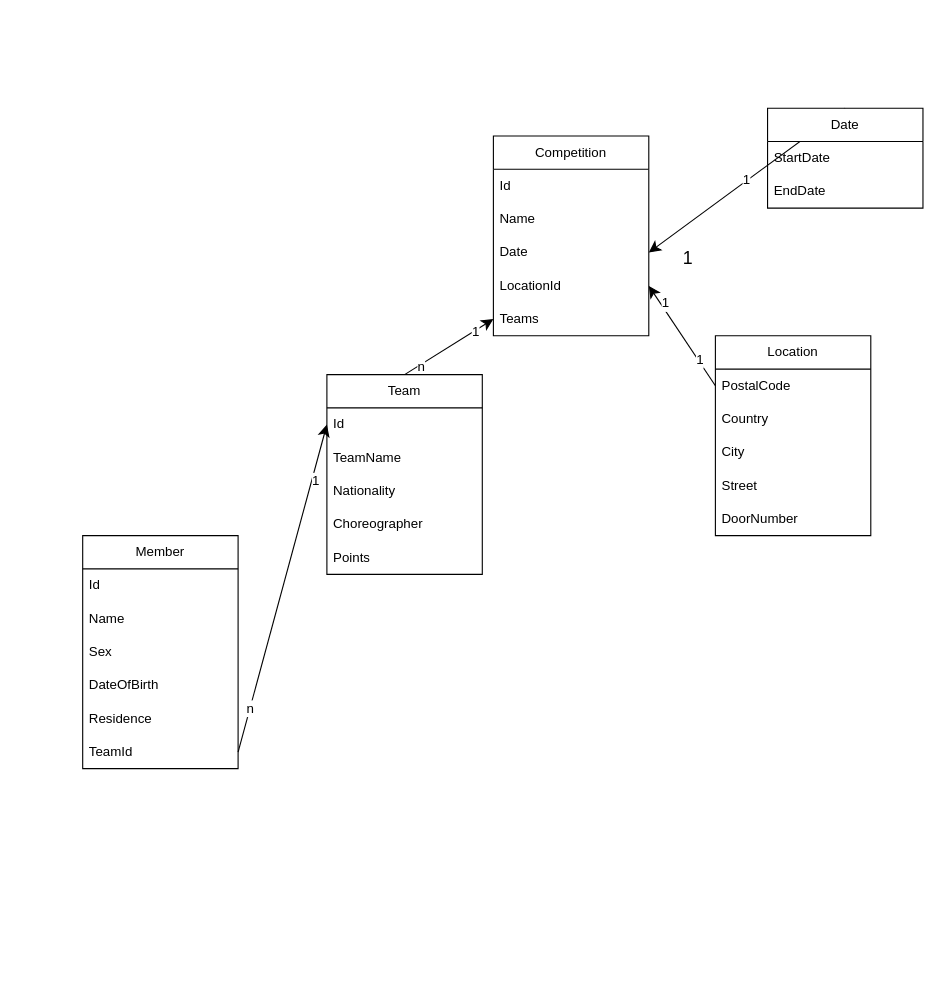
The draw.io diagram Tanc.drawio in zalulw/projctc-, before the edit. Source tidied: cells renumbered, new cells numbered last; positions are measured from the earlier drawing's top-left corner, leaving out a move shared by most shapes. Both pictures are drawn from the tidied source at 111%, with x=0, y=0 at pixel (82, 108).
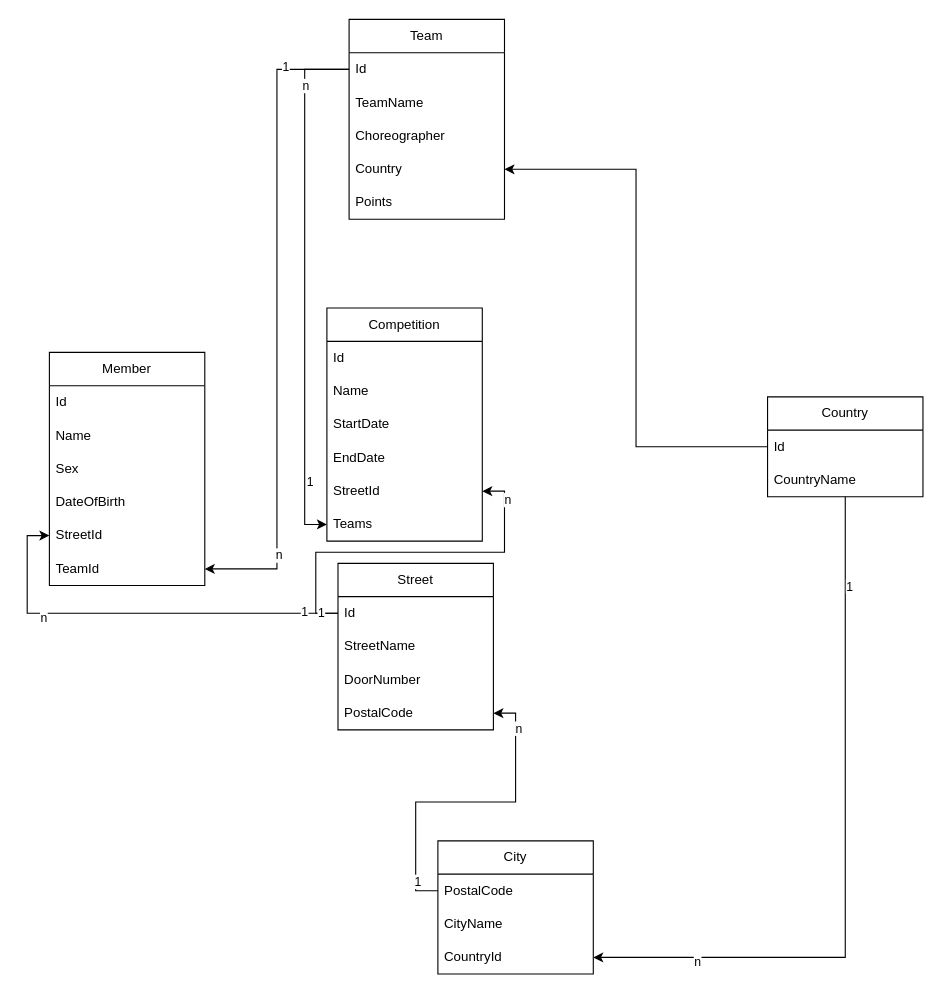
After the change.

The change refers to these unchanged cells:
```xml
<mxCell id="16" value="Id" style="text;strokeColor=none;fillColor=none;align=left;verticalAlign=middle;spacingLeft=4;spacingRight=4;overflow=hidden;points=[[0,0.5],[1,0.5]];portConstraint=eastwest;whiteSpace=wrap;html=1;" parent="15" vertex="1">
  <mxGeometry y="30" width="140" height="30" as="geometry" />
</mxCell>
<mxCell id="27" value="TeamId" style="text;strokeColor=none;fillColor=none;align=left;verticalAlign=middle;spacingLeft=4;spacingRight=4;overflow=hidden;points=[[0,0.5],[1,0.5]];portConstraint=eastwest;whiteSpace=wrap;html=1;" parent="21" vertex="1">
  <mxGeometry y="180" width="140" height="30" as="geometry" />
</mxCell>
```

Change to the diagram source:
```diff
@@
-    <mxCell id="2" value="Location" style="swimlane;fontStyle=0;horizontal=1;startSize=30;whiteSpace=wrap;html=1;" parent="1" vertex="1">
-      <mxGeometry x="570" y="205" width="140" height="180" as="geometry" />
-    </mxCell>
-    <mxCell id="3" value="PostalCode" style="text;strokeColor=none;fillColor=none;align=left;verticalAlign=middle;spacingLeft=4;spacingRight=4;overflow=hidden;points=[[0,0.5],[1,0.5]];portConstraint=eastwest;whiteSpace=wrap;html=1;" parent="2" vertex="1">
-      <mxGeometry y="30" width="140" height="30" as="geometry" />
-    </mxCell>
-    <mxCell id="4" value="Country" style="text;strokeColor=none;fillColor=none;align=left;verticalAlign=middle;spacingLeft=4;spacingRight=4;overflow=hidden;points=[[0,0.5],[1,0.5]];portConstraint=eastwest;whiteSpace=wrap;html=1;" parent="2" vertex="1">
-      <mxGeometry y="60" width="140" height="30" as="geometry" />
-    </mxCell>
-    <mxCell id="5" value="City" style="text;strokeColor=none;fillColor=none;align=left;verticalAlign=middle;spacingLeft=4;spacingRight=4;overflow=hidden;whiteSpace=wrap;html=1;" parent="2" vertex="1">
-      <mxGeometry y="90" width="140" height="30" as="geometry" />
-    </mxCell>
-    <mxCell id="6" value="Street" style="text;strokeColor=none;fillColor=none;align=left;verticalAlign=middle;spacingLeft=4;spacingRight=4;overflow=hidden;whiteSpace=wrap;html=1;" parent="2" vertex="1">
-      <mxGeometry y="120" width="140" height="30" as="geometry" />
-    </mxCell>
-    <mxCell id="7" value="DoorNumber" style="text;strokeColor=none;fillColor=none;align=left;verticalAlign=middle;spacingLeft=4;spacingRight=4;overflow=hidden;whiteSpace=wrap;html=1;" parent="2" vertex="1">
-      <mxGeometry y="150" width="140" height="30" as="geometry" />
-    </mxCell>
-    <mxCell id="8" value="1" style="edgeStyle=none;curved=1;rounded=0;jettySize=auto;html=1;entryX=1;entryY=0.5;entryDx=0;entryDy=0;fontSize=12;startSize=8;endSize=8;exitX=0.5;exitY=0;exitDx=0;exitDy=0;" parent="1" edge="1" source="9" target="31">
-      <mxGeometry relative="1" as="geometry" />
-    </mxCell>
-    <mxCell id="9" value="Date" style="swimlane;fontStyle=0;horizontal=1;startSize=30;whiteSpace=wrap;html=1;" parent="1" vertex="1">
-      <mxGeometry x="617" width="140" height="90" as="geometry" />
-    </mxCell>
-    <mxCell id="10" value="StartDate" style="text;strokeColor=none;fillColor=none;align=left;verticalAlign=middle;spacingLeft=4;spacingRight=4;overflow=hidden;whiteSpace=wrap;html=1;" parent="9" vertex="1">
-      <mxGeometry y="30" width="140" height="30" as="geometry" />
-    </mxCell>
-    <mxCell id="11" value="EndDate" style="text;strokeColor=none;fillColor=none;align=left;verticalAlign=middle;spacingLeft=4;spacingRight=4;overflow=hidden;whiteSpace=wrap;html=1;" parent="9" vertex="1">
-      <mxGeometry y="60" width="140" height="30" as="geometry" />
-    </mxCell>
-    <mxCell id="12" style="edgeStyle=none;curved=1;rounded=0;jettySize=auto;html=1;exitX=0.5;exitY=0;exitDx=0;exitDy=0;entryX=0;entryY=0.5;entryDx=0;entryDy=0;fontSize=12;startSize=8;endSize=8;" parent="1" edge="1" source="15" target="33">
-      <mxGeometry relative="1" as="geometry" />
-    </mxCell>
-    <mxCell id="13" value="1" style="edgeLabel;html=1;align=center;verticalAlign=middle;fontSize=12;" parent="12" vertex="1">
-      <mxGeometry x="0.56" y="-1" relative="1" as="geometry" />
-    </mxCell>
-    <mxCell id="14" value="n" style="edgeLabel;html=1;align=center;verticalAlign=middle;fontSize=12;" parent="12" vertex="1">
-      <mxGeometry x="-0.63" y="-2" relative="1" as="geometry">
-        <mxPoint x="-1" as="offset" />
-      </mxGeometry>
-    </mxCell>
     <mxCell id="15" value="Team" style="swimlane;fontStyle=0;horizontal=1;startSize=30;whiteSpace=wrap;html=1;" parent="1" vertex="1">
-      <mxGeometry x="220" y="240" width="140" height="180" as="geometry" />
+      <mxGeometry x="240" y="-80" width="140" height="180" as="geometry" />
     </mxCell>
@@
-    <mxCell id="18" value="Nationality" style="text;strokeColor=none;fillColor=none;align=left;verticalAlign=middle;spacingLeft=4;spacingRight=4;overflow=hidden;whiteSpace=wrap;html=1;" parent="15" vertex="1">
-      <mxGeometry y="90" width="140" height="30" as="geometry" />
-    </mxCell>
     <mxCell id="19" value="Choreographer" style="text;strokeColor=none;fillColor=none;align=left;verticalAlign=middle;spacingLeft=4;spacingRight=4;overflow=hidden;whiteSpace=wrap;html=1;" parent="15" vertex="1">
-      <mxGeometry y="120" width="140" height="30" as="geometry" />
+      <mxGeometry y="90" width="140" height="30" as="geometry" />
     </mxCell>
+    <mxCell id="4" value="Country" style="text;strokeColor=none;fillColor=none;align=left;verticalAlign=middle;spacingLeft=4;spacingRight=4;overflow=hidden;points=[[0,0.5],[1,0.5]];portConstraint=eastwest;whiteSpace=wrap;html=1;" parent="15" vertex="1">
+      <mxGeometry y="120" width="140" height="30" as="geometry" />
+    </mxCell>
@@
     <mxCell id="21" value="Member" style="swimlane;fontStyle=0;horizontal=1;startSize=30;whiteSpace=wrap;html=1;" parent="1" vertex="1">
-      <mxGeometry y="385" width="140" height="210" as="geometry" />
+      <mxGeometry x="-30" y="220" width="140" height="210" as="geometry" />
     </mxCell>
@@
-    <mxCell id="26" value="Residence" style="text;strokeColor=none;fillColor=none;align=left;verticalAlign=middle;spacingLeft=4;spacingRight=4;overflow=hidden;points=[[0,0.5],[1,0.5]];portConstraint=eastwest;whiteSpace=wrap;html=1;" parent="21" vertex="1">
+    <mxCell id="26" value="StreetId" style="text;strokeColor=none;fillColor=none;align=left;verticalAlign=middle;spacingLeft=4;spacingRight=4;overflow=hidden;points=[[0,0.5],[1,0.5]];portConstraint=eastwest;whiteSpace=wrap;html=1;" parent="21" vertex="1">
       <mxGeometry y="150" width="140" height="30" as="geometry" />
     </mxCell>
@@
     <mxCell id="28" value="Competition" style="swimlane;fontStyle=0;horizontal=1;startSize=30;whiteSpace=wrap;html=1;" parent="1" vertex="1">
-      <mxGeometry x="370" y="25" width="140" height="180" as="geometry" />
+      <mxGeometry x="220" y="180" width="140" height="210" as="geometry" />
     </mxCell>
@@
-    <mxCell id="31" value="Date" style="text;strokeColor=none;fillColor=none;align=left;verticalAlign=middle;spacingLeft=4;spacingRight=4;overflow=hidden;points=[[0,0.5],[1,0.5]];portConstraint=eastwest;whiteSpace=wrap;html=1;" parent="28" vertex="1">
-      <mxGeometry y="90" width="140" height="30" as="geometry" />
-    </mxCell>
+    <mxCell id="10" value="StartDate" style="text;strokeColor=none;fillColor=none;align=left;verticalAlign=middle;spacingLeft=4;spacingRight=4;overflow=hidden;whiteSpace=wrap;html=1;" parent="28" vertex="1">
+      <mxGeometry y="90" width="140" height="30" as="geometry" />
+    </mxCell>
+    <mxCell id="11" value="EndDate" style="text;strokeColor=none;fillColor=none;align=left;verticalAlign=middle;spacingLeft=4;spacingRight=4;overflow=hidden;whiteSpace=wrap;html=1;" parent="28" vertex="1">
+      <mxGeometry y="120" width="140" height="30" as="geometry" />
+    </mxCell>
-    <mxCell id="32" value="LocationId" style="text;strokeColor=none;fillColor=none;align=left;verticalAlign=middle;spacingLeft=4;spacingRight=4;overflow=hidden;points=[[0,0.5],[1,0.5]];portConstraint=eastwest;whiteSpace=wrap;html=1;" parent="28" vertex="1">
-      <mxGeometry y="120" width="140" height="30" as="geometry" />
+    <mxCell id="32" value="StreetId" style="text;strokeColor=none;fillColor=none;align=left;verticalAlign=middle;spacingLeft=4;spacingRight=4;overflow=hidden;points=[[0,0.5],[1,0.5]];portConstraint=eastwest;whiteSpace=wrap;html=1;" parent="28" vertex="1">
+      <mxGeometry y="150" width="140" height="30" as="geometry" />
     </mxCell>
     <mxCell id="33" value="Teams" style="text;strokeColor=none;fillColor=none;align=left;verticalAlign=middle;spacingLeft=4;spacingRight=4;overflow=hidden;points=[[0,0.5],[1,0.5]];portConstraint=eastwest;whiteSpace=wrap;html=1;" parent="28" vertex="1">
-      <mxGeometry y="150" width="140" height="30" as="geometry" />
+      <mxGeometry y="180" width="140" height="30" as="geometry" />
     </mxCell>
-    <mxCell id="34" style="edgeStyle=none;curved=1;rounded=0;jettySize=auto;html=1;exitX=1;exitY=0.5;exitDx=0;exitDy=0;entryX=0;entryY=0.5;entryDx=0;entryDy=0;fontSize=12;startSize=8;endSize=8;" parent="1" edge="1" source="27" target="16">
-      <mxGeometry relative="1" as="geometry" />
-    </mxCell>
-    <mxCell id="35" value="1" style="edgeLabel;html=1;align=center;verticalAlign=middle;fontSize=12;" parent="34" vertex="1">
-      <mxGeometry x="0.66" y="-3" relative="1" as="geometry" />
-    </mxCell>
-    <mxCell id="36" value="n" style="edgeLabel;html=1;align=center;verticalAlign=middle;fontSize=12;" parent="34" vertex="1">
-      <mxGeometry x="-0.73" relative="1" as="geometry" />
-    </mxCell>
-    <mxCell id="37" style="edgeStyle=none;curved=1;rounded=0;jettySize=auto;html=1;exitX=0;exitY=0.5;exitDx=0;exitDy=0;entryX=1;entryY=0.5;entryDx=0;entryDy=0;fontSize=12;startSize=8;endSize=8;" parent="1" edge="1" source="3" target="32">
-      <mxGeometry relative="1" as="geometry" />
-    </mxCell>
-    <mxCell id="38" value="1" style="edgeLabel;html=1;align=center;verticalAlign=middle;fontSize=12;" parent="37" vertex="1">
-      <mxGeometry x="0.6" y="-3" relative="1" as="geometry" />
-    </mxCell>
-    <mxCell id="39" value="1" style="edgeLabel;html=1;align=center;verticalAlign=middle;fontSize=12;" parent="37" vertex="1">
-      <mxGeometry x="-0.48" y="-1" relative="1" as="geometry" />
-    </mxCell>
-    <mxCell id="40" value="1" style="text;html=1;align=center;verticalAlign=middle;strokeColor=none;fillColor=none;fontSize=16;" parent="1" vertex="1">
-      <mxGeometry x="530" y="120" width="30" height="30" as="geometry" />
-    </mxCell>
+    <mxCell id="41" style="edgeStyle=orthogonalEdgeStyle;rounded=0;jettySize=auto;html=1;" parent="1" edge="1" source="44" target="48">
+      <mxGeometry relative="1" as="geometry" />
+    </mxCell>
+    <mxCell id="42" value="n" style="edgeLabel;html=1;align=center;verticalAlign=middle;" parent="41" vertex="1">
+      <mxGeometry x="0.71" y="3" relative="1" as="geometry" />
+    </mxCell>
+    <mxCell id="43" value="1" style="edgeLabel;html=1;align=center;verticalAlign=middle;" parent="41" vertex="1">
+      <mxGeometry x="-0.75" y="3" relative="1" as="geometry" />
+    </mxCell>
+    <mxCell id="44" value="Country" style="swimlane;fontStyle=0;horizontal=1;startSize=30;whiteSpace=wrap;html=1;" parent="1" vertex="1">
+      <mxGeometry x="617" y="260" width="140" height="90" as="geometry" />
+    </mxCell>
+    <mxCell id="45" value="Id" style="text;strokeColor=none;fillColor=none;align=left;verticalAlign=middle;spacingLeft=4;spacingRight=4;overflow=hidden;points=[[0,0.5],[1,0.5]];portConstraint=eastwest;whiteSpace=wrap;html=1;" parent="44" vertex="1">
+      <mxGeometry y="30" width="140" height="30" as="geometry" />
+    </mxCell>
+    <mxCell id="46" value="CountryName" style="text;strokeColor=none;fillColor=none;align=left;verticalAlign=middle;spacingLeft=4;spacingRight=4;overflow=hidden;whiteSpace=wrap;html=1;" parent="44" vertex="1">
+      <mxGeometry y="60" width="140" height="30" as="geometry" />
+    </mxCell>
+    <mxCell id="5" value="City" style="swimlane;fontStyle=0;horizontal=1;startSize=30;whiteSpace=wrap;html=1;" parent="1" vertex="1">
+      <mxGeometry x="320" y="660" width="140" height="120" as="geometry" />
+    </mxCell>
+    <mxCell id="3" value="PostalCode" style="text;strokeColor=none;fillColor=none;align=left;verticalAlign=middle;spacingLeft=4;spacingRight=4;overflow=hidden;points=[[0,0.5],[1,0.5]];portConstraint=eastwest;whiteSpace=wrap;html=1;" parent="5" vertex="1">
+      <mxGeometry y="30" width="140" height="30" as="geometry" />
+    </mxCell>
+    <mxCell id="47" value="CityName" style="text;strokeColor=none;fillColor=none;align=left;verticalAlign=middle;spacingLeft=4;spacingRight=4;overflow=hidden;whiteSpace=wrap;html=1;" parent="5" vertex="1">
+      <mxGeometry y="60" width="140" height="30" as="geometry" />
+    </mxCell>
+    <mxCell id="48" value="CountryId" style="text;strokeColor=none;fillColor=none;align=left;verticalAlign=middle;spacingLeft=4;spacingRight=4;overflow=hidden;points=[[0,0.5],[1,0.5]];portConstraint=eastwest;whiteSpace=wrap;html=1;" parent="5" vertex="1">
+      <mxGeometry y="90" width="140" height="30" as="geometry" />
+    </mxCell>
+    <mxCell id="6" value="Street" style="swimlane;fontStyle=0;horizontal=1;startSize=30;whiteSpace=wrap;html=1;" parent="1" vertex="1">
+      <mxGeometry x="230" y="410" width="140" height="150" as="geometry" />
+    </mxCell>
+    <mxCell id="49" value="Id" style="text;strokeColor=none;fillColor=none;align=left;verticalAlign=middle;spacingLeft=4;spacingRight=4;overflow=hidden;points=[[0,0.5],[1,0.5]];portConstraint=eastwest;whiteSpace=wrap;html=1;" parent="6" vertex="1">
+      <mxGeometry y="30" width="140" height="30" as="geometry" />
+    </mxCell>
+    <mxCell id="50" value="StreetName" style="text;strokeColor=none;fillColor=none;align=left;verticalAlign=middle;spacingLeft=4;spacingRight=4;overflow=hidden;whiteSpace=wrap;html=1;" parent="6" vertex="1">
+      <mxGeometry y="60" width="140" height="30" as="geometry" />
+    </mxCell>
+    <mxCell id="7" value="DoorNumber" style="text;strokeColor=none;fillColor=none;align=left;verticalAlign=middle;spacingLeft=4;spacingRight=4;overflow=hidden;whiteSpace=wrap;html=1;" parent="6" vertex="1">
+      <mxGeometry y="90" width="140" height="30" as="geometry" />
+    </mxCell>
+    <mxCell id="51" value="PostalCode" style="text;strokeColor=none;fillColor=none;align=left;verticalAlign=middle;spacingLeft=4;spacingRight=4;overflow=hidden;points=[[0,0.5],[1,0.5]];portConstraint=eastwest;whiteSpace=wrap;html=1;" parent="6" vertex="1">
+      <mxGeometry y="120" width="140" height="30" as="geometry" />
+    </mxCell>
+    <mxCell id="52" style="edgeStyle=orthogonalEdgeStyle;rounded=0;jettySize=auto;html=1;entryX=1;entryY=0.5;entryDx=0;entryDy=0;" parent="1" edge="1" source="3" target="51">
+      <mxGeometry relative="1" as="geometry" />
+    </mxCell>
+    <mxCell id="53" value="1" style="edgeLabel;html=1;align=center;verticalAlign=middle;" parent="52" vertex="1">
+      <mxGeometry x="-0.8" y="-1" relative="1" as="geometry" />
+    </mxCell>
+    <mxCell id="54" value="n" style="edgeLabel;html=1;align=center;verticalAlign=middle;" parent="52" vertex="1">
+      <mxGeometry x="0.77" y="-2" relative="1" as="geometry" />
+    </mxCell>
+    <mxCell id="55" style="edgeStyle=orthogonalEdgeStyle;rounded=0;jettySize=auto;html=1;entryX=0;entryY=0.5;entryDx=0;entryDy=0;" parent="1" edge="1" source="49" target="26">
+      <mxGeometry relative="1" as="geometry" />
+    </mxCell>
+    <mxCell id="56" value="1" style="edgeLabel;html=1;align=center;verticalAlign=middle;" parent="55" vertex="1">
+      <mxGeometry x="-0.83" y="-2" relative="1" as="geometry" />
+    </mxCell>
+    <mxCell id="57" value="n" style="edgeLabel;html=1;align=center;verticalAlign=middle;" parent="55" vertex="1">
+      <mxGeometry x="0.44" y="3" relative="1" as="geometry" />
+    </mxCell>
+    <mxCell id="58" style="edgeStyle=orthogonalEdgeStyle;rounded=0;jettySize=auto;html=1;entryX=1;entryY=0.5;entryDx=0;entryDy=0;" parent="1" edge="1" source="49" target="32">
+      <mxGeometry relative="1" as="geometry" />
+    </mxCell>
+    <mxCell id="59" value="1" style="edgeLabel;html=1;align=center;verticalAlign=middle;" parent="58" vertex="1">
+      <mxGeometry x="-0.87" y="-4" relative="1" as="geometry" />
+    </mxCell>
+    <mxCell id="60" value="n" style="edgeLabel;html=1;align=center;verticalAlign=middle;" parent="58" vertex="1">
+      <mxGeometry x="0.83" y="-2" relative="1" as="geometry" />
+    </mxCell>
+    <mxCell id="61" style="edgeStyle=orthogonalEdgeStyle;rounded=0;jettySize=auto;html=1;entryX=1;entryY=0.5;entryDx=0;entryDy=0;" parent="1" edge="1" source="16" target="27">
+      <mxGeometry relative="1" as="geometry" />
+    </mxCell>
+    <mxCell id="62" value="n" style="edgeLabel;html=1;align=center;verticalAlign=middle;" parent="61" vertex="1">
+      <mxGeometry x="0.73" y="1" relative="1" as="geometry" />
+    </mxCell>
+    <mxCell id="63" value="1" style="edgeLabel;html=1;align=center;verticalAlign=middle;" parent="61" vertex="1">
+      <mxGeometry x="-0.8" y="-3" relative="1" as="geometry" />
+    </mxCell>
+    <mxCell id="64" style="edgeStyle=orthogonalEdgeStyle;rounded=0;jettySize=auto;html=1;entryX=0;entryY=0.5;entryDx=0;entryDy=0;" parent="1" edge="1" source="16" target="33">
+      <mxGeometry relative="1" as="geometry" />
+    </mxCell>
+    <mxCell id="65" value="n" style="edgeLabel;html=1;align=center;verticalAlign=middle;" parent="64" vertex="1">
+      <mxGeometry x="-0.77" relative="1" as="geometry" />
+    </mxCell>
+    <mxCell id="66" value="1" style="edgeLabel;html=1;align=center;verticalAlign=middle;" parent="64" vertex="1">
+      <mxGeometry x="0.75" y="4" relative="1" as="geometry" />
+    </mxCell>
+    <mxCell id="67" style="edgeStyle=orthogonalEdgeStyle;rounded=0;jettySize=auto;html=1;entryX=1;entryY=0.5;entryDx=0;entryDy=0;" parent="1" edge="1" source="45" target="4">
+      <mxGeometry relative="1" as="geometry" />
+    </mxCell>
```
